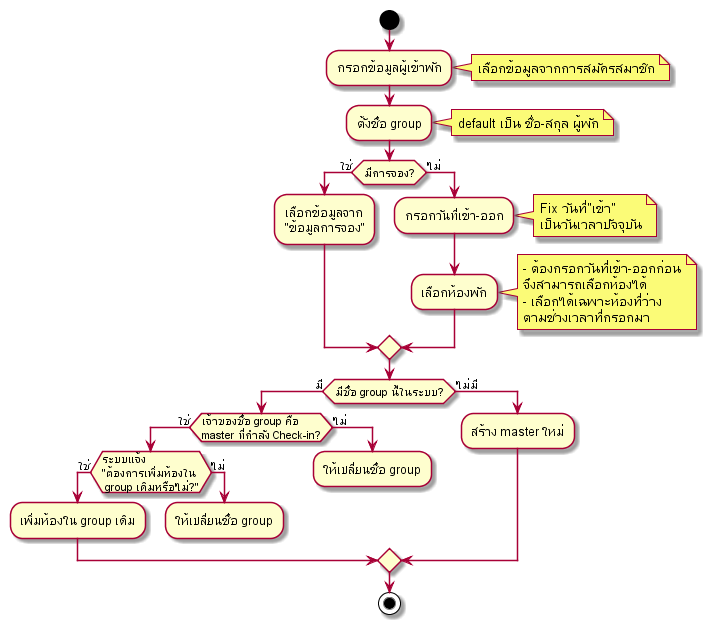
Before: out/activity-diagram/Check-in/Check-in/Check-in.png, a diagram exported from PlantUML (cheat13/Prompiman_Diagram).
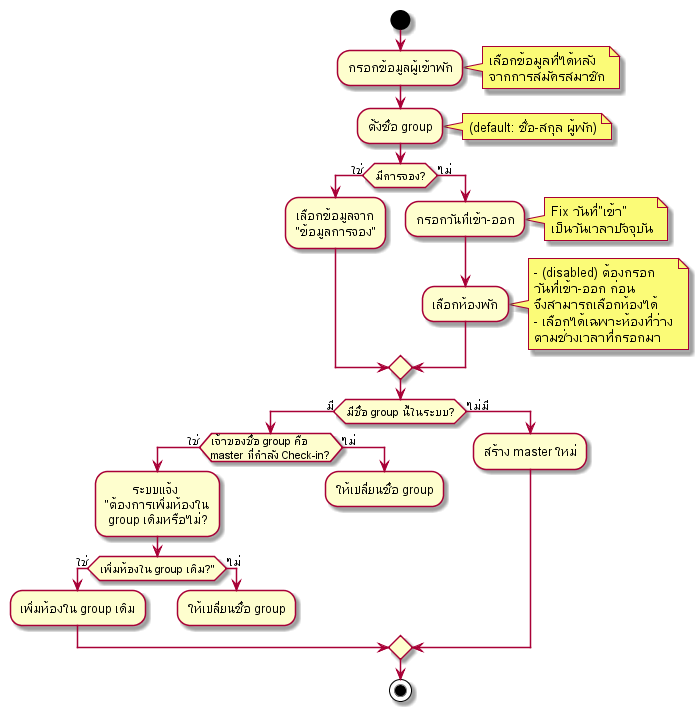
The same file after the commit.

Diff of the diagram source:
```diff
@@ -2,10 +2,13 @@
 start
 
 :กรอกข้อมูลผู้เข้าพัก;
-note right: เลือกข้อมูลจากการสมัครสมาชิก
+note right
+    เลือกข้อมูลที่ได้หลัง
+    จากการสมัครสมาชิก
+endnote
 
 :ตั้งชื่อ group;
-note right: default เป็น ชื่อ-สกุล ผู้พัก
+note right: (default: ชื่อ-สกุล ผู้พัก)
 
 if (มีการจอง?) then (ใช่)
     :เลือกข้อมูลจาก\n"ข้อมูลการจอง";
@@ -18,7 +21,8 @@
 
     :เลือกห้องพัก;
     note right
-        - ต้องกรอกวันที่เข้า-ออกก่อน
+        - (disabled) ต้องกรอก
+        วันที่เข้า-ออก ก่อน
         จึงสามารถเลือกห้องได้
         - เลือกได้เฉพาะห้องที่ว่าง
         ตามช่วงเวลาที่กรอกมา
@@ -28,7 +32,8 @@
 
 if (มีชื่อ group นี้ในระบบ?) then (มี)
     if (เจ้าของชื่อ group คือ\nmaster ที่กำลัง Check-in?) then (ใช่)
-        if (ระบบแจ้ง\n"ต้องการเพิ่มห้องใน\n group เดิมหรือไม่?") then (ใช่)
+        :         ระบบแจ้ง\n"ต้องการเพิ่มห้องใน\n group เดิมหรือไม่?;
+        if (เพิ่มห้องใน group เดิม?") then (ใช่)
         :เพิ่มห้องใน group เดิม;
         else (ไม่)
             :ให้เปลี่ยนชื่อ group;
```
